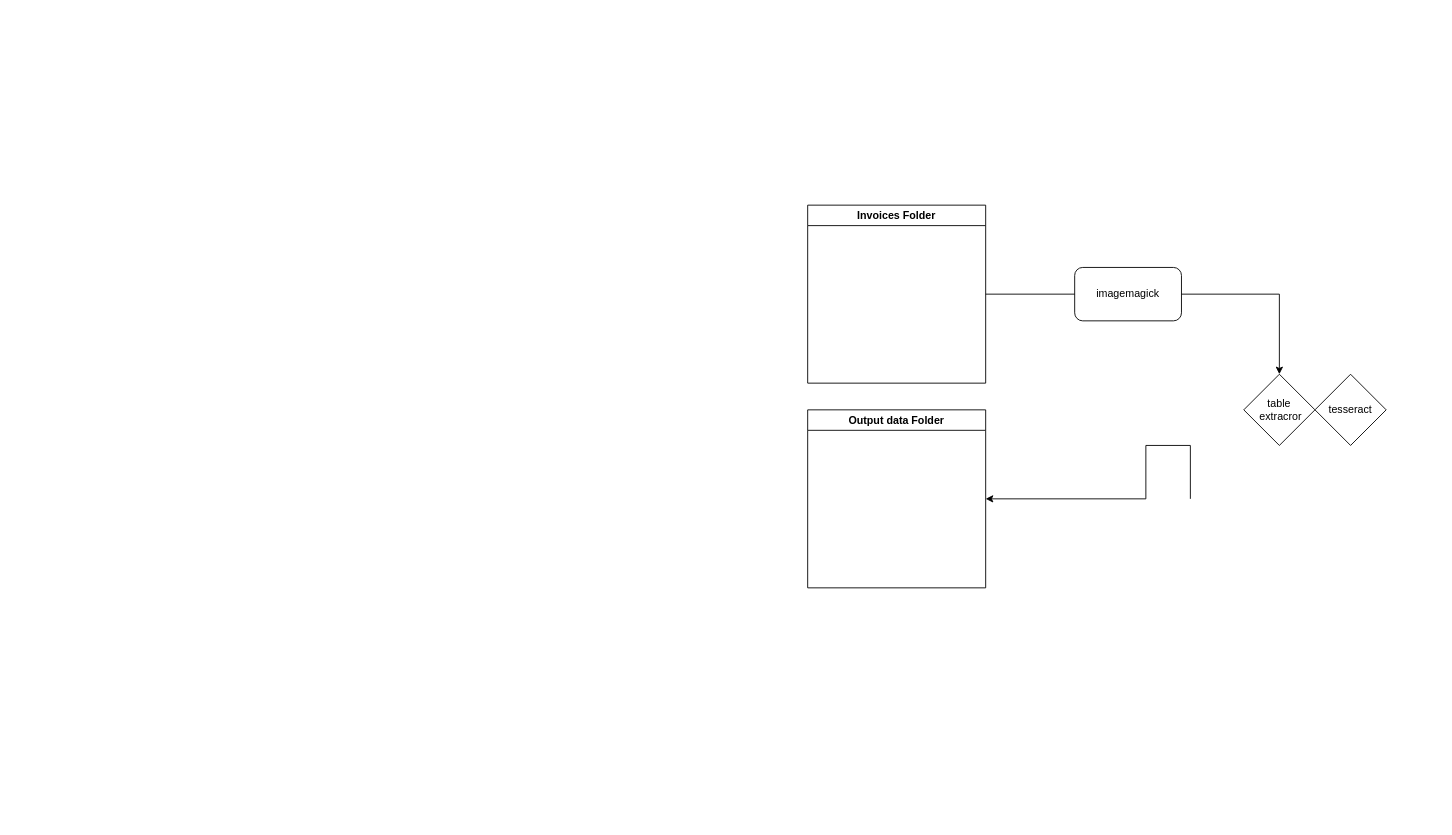
Earlier version of the draw.io diagram SCHEMAS/invoice.drawio (maxfil333/shared). Source tidied: cells renumbered, new cells numbered last; positions are measured from the earlier drawing's top-left corner, leaving out a move shared by most shapes. Both pictures are drawn from the tidied source at 89%, with x=0, y=0 at pixel (807, 205).
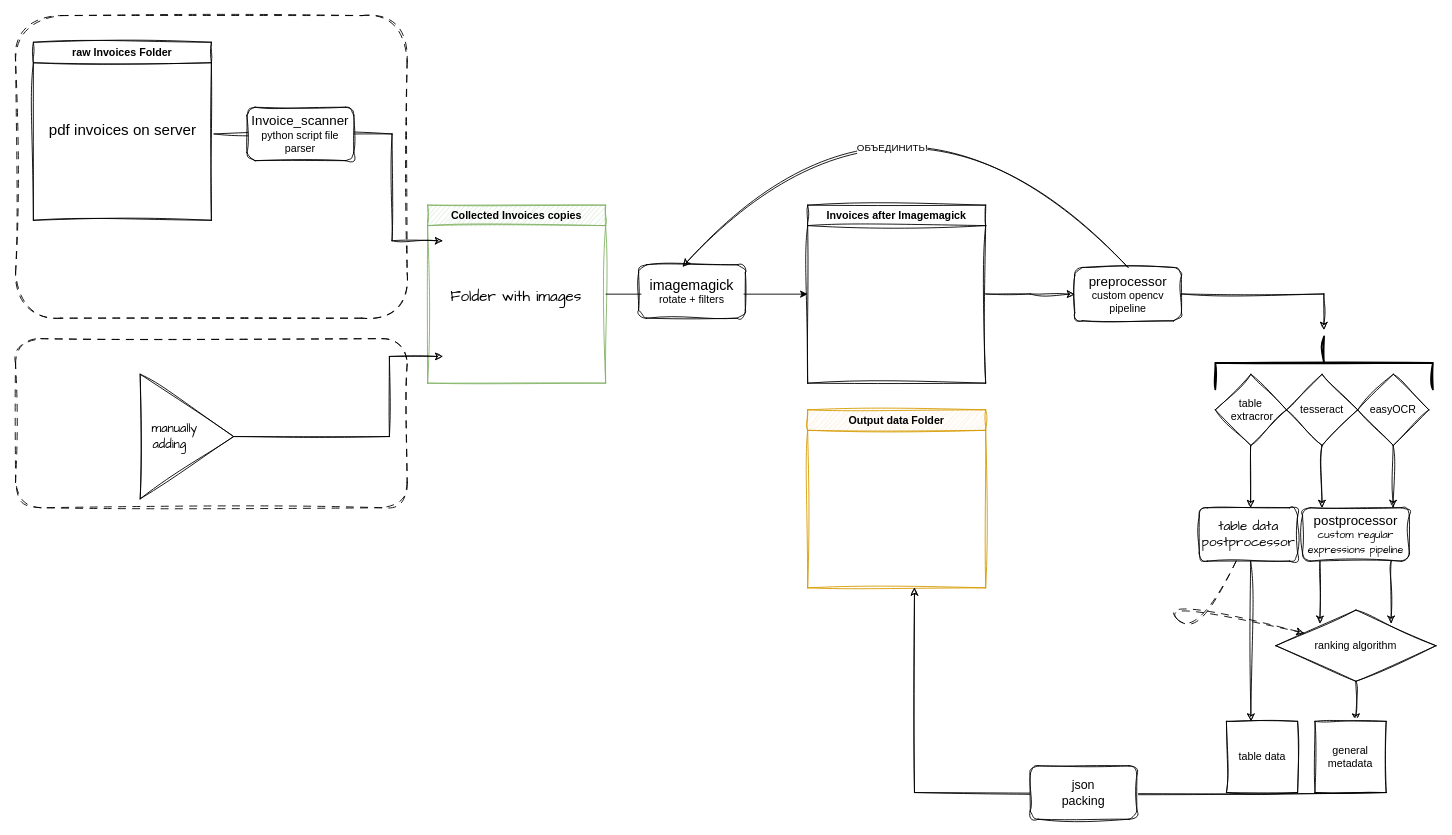
The same page after the edit.

Change to the diagram source:
```diff
@@
-    <mxCell id="2" style="edgeStyle=orthogonalEdgeStyle;rounded=0;jettySize=auto;html=1;exitX=1;exitY=0.5;exitDx=0;exitDy=0;" parent="1" edge="1" source="4">
-      <mxGeometry relative="1" as="geometry">
-        <mxPoint x="530" y="190" as="targetPoint" />
-        <Array as="points">
-          <mxPoint x="530" y="100" />
-        </Array>
-      </mxGeometry>
-    </mxCell>
+    <mxCell id="10" style="rounded=1;whiteSpace=wrap;html=1;fillColor=none;dashed=1;dashPattern=8 8;sketch=1;curveFitting=1;jiggle=2;" parent="1" vertex="1">
+      <mxGeometry x="-890" y="150" width="440" height="190" as="geometry" />
+    </mxCell>
+    <mxCell id="11" style="rounded=1;whiteSpace=wrap;html=1;fillColor=none;dashed=1;dashPattern=8 8;strokeColor=#000000;sketch=1;curveFitting=1;jiggle=2;" parent="1" vertex="1">
+      <mxGeometry x="-890" y="-213" width="440" height="340" as="geometry" />
+    </mxCell>
@@
-    <mxCell id="4" value="Invoices Folder" style="swimlane;whiteSpace=wrap;html=1;" parent="1" vertex="1">
+    <mxCell id="4" value="Invoices after Imagemagick" style="swimlane;whiteSpace=wrap;html=1;sketch=1;curveFitting=1;jiggle=2;" parent="1" vertex="1">
       <mxGeometry width="200" height="200" as="geometry" />
     </mxCell>
-    <mxCell id="5" value="tesseract" style="rhombus;whiteSpace=wrap;html=1;" parent="1" vertex="1">
-      <mxGeometry x="570" y="190" width="80" height="80" as="geometry" />
+    <mxCell id="5" value="tesseract" style="rhombus;whiteSpace=wrap;html=1;sketch=1;curveFitting=1;jiggle=2;" parent="1" vertex="1">
+      <mxGeometry x="538" y="190" width="80" height="80" as="geometry" />
     </mxCell>
-    <mxCell id="6" value="table&lt;div&gt;&amp;nbsp;extracror&lt;/div&gt;" style="rhombus;whiteSpace=wrap;html=1;" parent="1" vertex="1">
-      <mxGeometry x="490" y="190" width="80" height="80" as="geometry" />
+    <mxCell id="6" value="table&lt;div&gt;&amp;nbsp;extracror&lt;/div&gt;" style="rhombus;whiteSpace=wrap;html=1;sketch=1;curveFitting=1;jiggle=2;" parent="1" vertex="1">
+      <mxGeometry x="458" y="190" width="80" height="80" as="geometry" />
     </mxCell>
-    <mxCell id="7" value="imagemagick" style="rounded=1;whiteSpace=wrap;html=1;" parent="1" vertex="1">
+    <mxCell id="7" value="&lt;font style=&quot;font-size: 15px;&quot;&gt;preprocessor&lt;/font&gt;&lt;div&gt;custom opencv pipeline&lt;/div&gt;" style="rounded=1;whiteSpace=wrap;html=1;sketch=1;curveFitting=1;jiggle=2;" parent="1" vertex="1">
       <mxGeometry x="300" y="70" width="120" height="60" as="geometry" />
     </mxCell>
-    <mxCell id="8" value="Output data Folder" style="swimlane;whiteSpace=wrap;html=1;" parent="1" vertex="1">
+    <mxCell id="8" value="Output data Folder" style="swimlane;whiteSpace=wrap;html=1;glass=0;shadow=0;sketch=1;curveFitting=1;jiggle=2;fillColor=#ffe6cc;strokeColor=#d79b00;" parent="1" vertex="1">
       <mxGeometry y="230" width="200" height="200" as="geometry" />
     </mxCell>
-    <mxCell id="9" style="edgeStyle=orthogonalEdgeStyle;rounded=0;jettySize=auto;html=1;entryX=1;entryY=0.5;entryDx=0;entryDy=0;" parent="1" edge="1" target="8">
-      <mxGeometry relative="1" as="geometry">
-        <mxPoint x="430" y="330" as="sourcePoint" />
-        <Array as="points">
-          <mxPoint x="380" y="270" />
-          <mxPoint x="380" y="330" />
-        </Array>
-      </mxGeometry>
-    </mxCell>
+    <mxCell id="12" value="raw Invoices Folder" style="swimlane;whiteSpace=wrap;html=1;sketch=1;curveFitting=1;jiggle=2;" parent="1" vertex="1">
+      <mxGeometry x="-870" y="-183" width="200" height="200" as="geometry" />
+    </mxCell>
+    <mxCell id="13" value="&lt;font style=&quot;font-size: 17px;&quot;&gt;pdf invoices on server&lt;/font&gt;" style="text;html=1;align=center;verticalAlign=middle;strokeColor=none;fillColor=none;strokeWidth=4;sketch=1;curveFitting=1;jiggle=2;" parent="12" vertex="1">
+      <mxGeometry x="5" y="85" width="190" height="30" as="geometry" />
+    </mxCell>
+    <mxCell id="14" value="Collected Invoices copies" style="swimlane;whiteSpace=wrap;html=1;sketch=1;curveFitting=1;jiggle=2;fillColor=#d5e8d4;strokeColor=#82b366;" parent="1" vertex="1">
+      <mxGeometry x="-427" width="200" height="200" as="geometry" />
+    </mxCell>
+    <mxCell id="15" style="rounded=0;orthogonalLoop=1;jettySize=auto;html=1;sketch=1;curveFitting=1;jiggle=2;" parent="14" edge="1">
+      <mxGeometry relative="1" as="geometry">
+        <mxPoint x="-240" y="-80" as="sourcePoint" />
+        <mxPoint x="17" y="40" as="targetPoint" />
+        <Array as="points">
+          <mxPoint x="-40" y="-80" />
+          <mxPoint x="-40" y="40" />
+        </Array>
+      </mxGeometry>
+    </mxCell>
+    <mxCell id="16" style="edgeStyle=orthogonalEdgeStyle;rounded=0;jettySize=auto;html=1;entryX=0;entryY=0.5;entryDx=0;entryDy=0;exitX=1;exitY=0.5;exitDx=0;exitDy=0;" parent="1" edge="1" source="14" target="4">
+      <mxGeometry relative="1" as="geometry" />
+    </mxCell>
+    <mxCell id="17" style="rounded=0;orthogonalLoop=1;jettySize=auto;html=1;sketch=1;curveFitting=1;jiggle=2;" parent="1" edge="1">
+      <mxGeometry relative="1" as="geometry">
+        <mxPoint x="-650" y="260" as="sourcePoint" />
+        <mxPoint x="-410" y="170" as="targetPoint" />
+        <Array as="points">
+          <mxPoint x="-470" y="260" />
+          <mxPoint x="-470" y="170" />
+        </Array>
+      </mxGeometry>
+    </mxCell>
+    <mxCell id="18" value="&lt;div style=&quot;text-align: center;&quot;&gt;&lt;span style=&quot;font-size: 14px; font-family: &amp;quot;Comic Sans MS&amp;quot;; background-color: initial;&quot;&gt;&amp;nbsp; manually&lt;/span&gt;&lt;/div&gt;&lt;div style=&quot;text-align: center; font-size: 14px;&quot;&gt;&lt;font face=&quot;Comic Sans MS&quot; style=&quot;font-size: 14px;&quot;&gt;adding&lt;/font&gt;&lt;/div&gt;" style="triangle;whiteSpace=wrap;html=1;align=left;sketch=1;curveFitting=1;jiggle=2;" parent="1" vertex="1">
+      <mxGeometry x="-750" y="190" width="105" height="140" as="geometry" />
+    </mxCell>
+    <mxCell id="19" value="&lt;span style=&quot;font-size: 17px;&quot;&gt;Folder with images&lt;/span&gt;" style="text;html=1;align=center;verticalAlign=middle;strokeColor=none;fillColor=none;sketch=1;curveFitting=1;jiggle=2;fontFamily=Comic Sans MS;" parent="1" vertex="1">
+      <mxGeometry x="-413" y="88" width="170" height="30" as="geometry" />
+    </mxCell>
+    <mxCell id="20" value="&lt;font style=&quot;font-size: 16px;&quot;&gt;imagemagick&lt;/font&gt;&lt;div&gt;rotate + filters&lt;/div&gt;" style="rounded=1;whiteSpace=wrap;html=1;sketch=1;curveFitting=1;jiggle=2;" parent="1" vertex="1">
+      <mxGeometry x="-190" y="67" width="120" height="60" as="geometry" />
+    </mxCell>
+    <mxCell id="21" value="&lt;font style=&quot;font-size: 15px;&quot;&gt;Invoice_scanner&lt;/font&gt;&lt;div style=&quot;&quot;&gt;&lt;font style=&quot;font-size: 12px;&quot;&gt;python script file parser&lt;/font&gt;&lt;/div&gt;" style="rounded=1;whiteSpace=wrap;html=1;sketch=1;curveFitting=1;jiggle=2;" parent="1" vertex="1">
+      <mxGeometry x="-630" y="-110" width="120" height="60" as="geometry" />
+    </mxCell>
+    <mxCell id="22" style="curved=1;endArrow=classic;html=1;rounded=0;exitX=0.5;exitY=0;exitDx=0;exitDy=0;entryX=0.413;entryY=0.033;entryDx=0;entryDy=0;entryPerimeter=0;sketch=1;curveFitting=1;jiggle=2;" parent="1" edge="1" source="7" target="20">
+      <mxGeometry relative="1" as="geometry">
+        <Array as="points">
+          <mxPoint x="110" y="-200" />
+        </Array>
+      </mxGeometry>
+    </mxCell>
+    <mxCell id="23" value="ОБЪЕДИНИТЬ!" style="edgeLabel;html=1;align=center;verticalAlign=middle;" parent="22" vertex="1">
+      <mxGeometry x="0.3" y="81" relative="1" as="geometry" />
+    </mxCell>
+    <mxCell id="24" value="easyOCR" style="rhombus;whiteSpace=wrap;html=1;sketch=1;curveFitting=1;jiggle=2;" parent="1" vertex="1">
+      <mxGeometry x="618" y="190" width="80" height="80" as="geometry" />
+    </mxCell>
+    <mxCell id="25" value="&lt;font style=&quot;font-size: 15px;&quot;&gt;postprocessor&lt;/font&gt;&lt;div&gt;&lt;font face=&quot;Comic Sans MS&quot;&gt;custom regular expressions pipeline&lt;/font&gt;&lt;/div&gt;" style="rounded=1;whiteSpace=wrap;html=1;sketch=1;curveFitting=1;jiggle=2;" parent="1" vertex="1">
+      <mxGeometry x="556" y="340" width="120" height="60" as="geometry" />
+    </mxCell>
+    <mxCell id="26" style="endArrow=classic;html=1;rounded=0;exitX=0.5;exitY=1;exitDx=0;exitDy=0;entryX=0.917;entryY=0;entryDx=0;entryDy=0;entryPerimeter=0;sketch=1;curveFitting=1;jiggle=2;" parent="1" edge="1">
+      <mxGeometry relative="1" as="geometry">
+        <mxPoint x="577.9" y="270" as="sourcePoint" />
+        <mxPoint x="577.9" y="340" as="targetPoint" />
+      </mxGeometry>
+    </mxCell>
+    <mxCell id="27" style="endArrow=classic;html=1;rounded=0;exitX=0.5;exitY=1;exitDx=0;exitDy=0;entryX=0.917;entryY=0;entryDx=0;entryDy=0;entryPerimeter=0;sketch=1;curveFitting=1;jiggle=2;" parent="1" edge="1">
+      <mxGeometry relative="1" as="geometry">
+        <mxPoint x="657.8" y="270" as="sourcePoint" />
+        <mxPoint x="657.8" y="340" as="targetPoint" />
+      </mxGeometry>
+    </mxCell>
+    <mxCell id="28" value="ranking algorithm" style="rhombus;whiteSpace=wrap;html=1;sketch=1;curveFitting=1;jiggle=2;" parent="1" vertex="1">
+      <mxGeometry x="526" y="455" width="180" height="80" as="geometry" />
+    </mxCell>
+    <mxCell id="29" style="endArrow=classic;html=1;rounded=0;exitX=0.5;exitY=1;exitDx=0;exitDy=0;entryX=0.917;entryY=0;entryDx=0;entryDy=0;entryPerimeter=0;sketch=1;curveFitting=1;jiggle=2;" parent="1" edge="1">
+      <mxGeometry relative="1" as="geometry">
+        <mxPoint x="575.6" y="400" as="sourcePoint" />
+        <mxPoint x="575.6" y="470" as="targetPoint" />
+      </mxGeometry>
+    </mxCell>
+    <mxCell id="30" style="endArrow=classic;html=1;rounded=0;exitX=0.5;exitY=1;exitDx=0;exitDy=0;entryX=0.917;entryY=0;entryDx=0;entryDy=0;entryPerimeter=0;sketch=1;curveFitting=1;jiggle=2;" parent="1" edge="1">
+      <mxGeometry relative="1" as="geometry">
+        <mxPoint x="655.6" y="400" as="sourcePoint" />
+        <mxPoint x="655.6" y="470" as="targetPoint" />
+      </mxGeometry>
+    </mxCell>
+    <mxCell id="31" style="strokeWidth=2;html=1;shape=mxgraph.flowchart.annotation_2;align=left;labelPosition=right;rotation=90;sketch=1;curveFitting=1;jiggle=2;" parent="1" vertex="1">
+      <mxGeometry x="550.5" y="55" width="59.5" height="244.5" as="geometry" />
+    </mxCell>
+    <mxCell id="32" style="endArrow=classic;html=1;rounded=0;edgeStyle=elbowEdgeStyle;sketch=1;curveFitting=1;jiggle=2;" parent="1" edge="1">
+      <mxGeometry relative="1" as="geometry">
+        <mxPoint x="200" y="99.8" as="sourcePoint" />
+        <mxPoint x="300" y="100" as="targetPoint" />
+      </mxGeometry>
+    </mxCell>
+    <mxCell id="33" style="endArrow=classic;html=1;rounded=0;edgeStyle=elbowEdgeStyle;sketch=1;curveFitting=1;jiggle=2;" parent="1" edge="1">
+      <mxGeometry relative="1" as="geometry">
+        <mxPoint x="420" y="99.8" as="sourcePoint" />
+        <mxPoint x="580" y="140" as="targetPoint" />
+        <Array as="points">
+          <mxPoint x="580" y="100" />
+        </Array>
+      </mxGeometry>
+    </mxCell>
+    <mxCell id="34" style="endArrow=classic;html=1;rounded=0;exitX=0.5;exitY=1;exitDx=0;exitDy=0;sketch=1;curveFitting=1;jiggle=2;" parent="1" edge="1">
+      <mxGeometry relative="1" as="geometry">
+        <mxPoint x="615.8" y="535" as="sourcePoint" />
+        <mxPoint x="616" y="580" as="targetPoint" />
+      </mxGeometry>
+    </mxCell>
+    <mxCell id="35" value="general metadata" style="whiteSpace=wrap;html=1;sketch=1;curveFitting=1;jiggle=2;" parent="1" vertex="1">
+      <mxGeometry x="570" y="580" width="80" height="80" as="geometry" />
+    </mxCell>
+    <mxCell id="36" style="endArrow=classic;html=1;rounded=0;exitX=0.5;exitY=1;exitDx=0;exitDy=0;entryX=0.917;entryY=0;entryDx=0;entryDy=0;entryPerimeter=0;sketch=1;curveFitting=1;jiggle=2;" parent="1" edge="1">
+      <mxGeometry relative="1" as="geometry">
+        <mxPoint x="497.7" y="270" as="sourcePoint" />
+        <mxPoint x="497.7" y="340" as="targetPoint" />
+      </mxGeometry>
+    </mxCell>
+    <mxCell id="37" value="&lt;font face=&quot;Comic Sans MS&quot; style=&quot;font-size: 15px;&quot;&gt;table data postprocessor&lt;/font&gt;" style="rounded=1;whiteSpace=wrap;html=1;sketch=1;curveFitting=1;jiggle=2;" parent="1" vertex="1">
+      <mxGeometry x="440" y="340" width="110.5" height="60" as="geometry" />
+    </mxCell>
+    <mxCell id="38" style="endArrow=classic;html=1;rounded=0;exitX=0.5;exitY=1;exitDx=0;exitDy=0;sketch=1;curveFitting=1;jiggle=2;" parent="1" edge="1">
+      <mxGeometry relative="1" as="geometry">
+        <mxPoint x="497.7" y="400" as="sourcePoint" />
+        <mxPoint x="498" y="580" as="targetPoint" />
+      </mxGeometry>
+    </mxCell>
+    <mxCell id="39" value="table data" style="whiteSpace=wrap;html=1;sketch=1;curveFitting=1;jiggle=2;" parent="1" vertex="1">
+      <mxGeometry x="470.5" y="580" width="80" height="80" as="geometry" />
+    </mxCell>
+    <mxCell id="40" style="curved=1;endArrow=classic;html=1;rounded=0;dashed=1;dashPattern=8 8;sketch=1;curveFitting=1;jiggle=2;" parent="1" edge="1" source="37" target="28">
+      <mxGeometry relative="1" as="geometry">
+        <Array as="points">
+          <mxPoint x="440" y="490" />
+          <mxPoint x="390" y="440" />
+        </Array>
+      </mxGeometry>
+    </mxCell>
+    <mxCell id="41" style="endArrow=classic;html=1;rounded=0;sketch=1;curveFitting=1;jiggle=2;" parent="1" edge="1">
+      <mxGeometry relative="1" as="geometry">
+        <mxPoint x="650" y="660" as="sourcePoint" />
+        <mxPoint x="120" y="430" as="targetPoint" />
+        <Array as="points">
+          <mxPoint x="120" y="660" />
+        </Array>
+      </mxGeometry>
+    </mxCell>
+    <mxCell id="42" value="&lt;font style=&quot;font-size: 14px;&quot;&gt;json&lt;/font&gt;&lt;div style=&quot;font-size: 14px;&quot;&gt;&lt;font style=&quot;font-size: 14px;&quot;&gt;packing&lt;/font&gt;&lt;/div&gt;" style="rounded=1;whiteSpace=wrap;html=1;sketch=1;curveFitting=1;jiggle=2;" parent="1" vertex="1">
+      <mxGeometry x="250" y="630" width="120" height="60" as="geometry" />
+    </mxCell>
```
